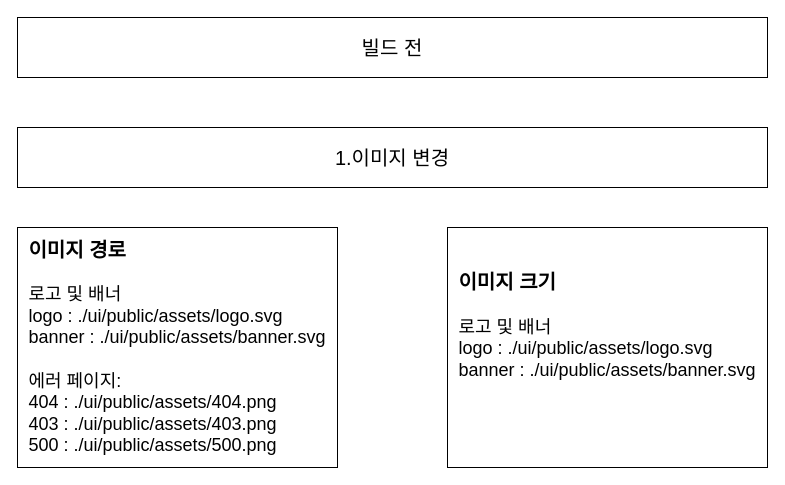
Before: primateUI-customize.drawio in stardom3645/wiki, a draw.io diagram. Source tidied: cells renumbered, new cells numbered last; positions are measured from the earlier drawing's top-left corner, leaving out a move shared by most shapes. Both pictures are drawn from the tidied source at 100%, with x=0, y=0 at pixel (17, 17).
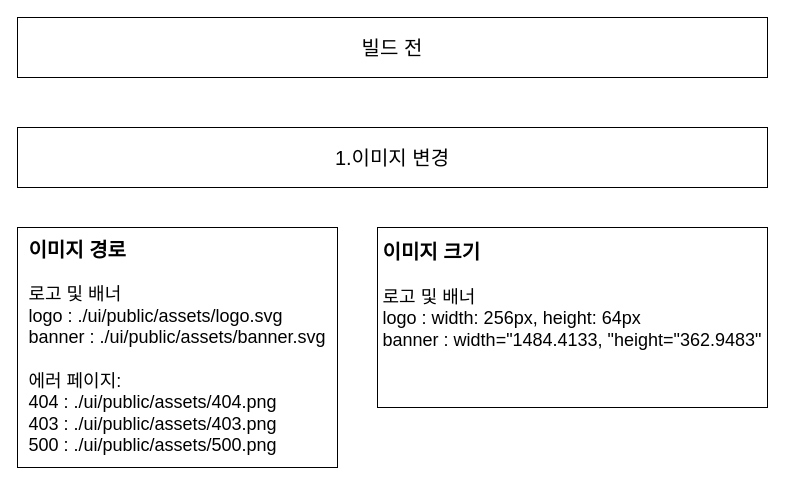
The same diagram, later.

Change to the diagram source:
```diff
@@
 <mxGraphModel background="#ffffff">
   <root>
     <mxCell id="0" />
     <mxCell id="1" parent="0" />
     <mxCell id="2" value="빌드 전" style="rounded=0;whiteSpace=wrap;html=1;fontSize=20;" parent="1" vertex="1">
       <mxGeometry width="750" height="60" as="geometry" />
     </mxCell>
     <mxCell id="3" value="1.이미지 변경" style="rounded=0;whiteSpace=wrap;html=1;fontSize=20;" parent="1" vertex="1">
       <mxGeometry y="110" width="750" height="60" as="geometry" />
     </mxCell>
     <mxCell id="4" value="&lt;div style=&quot;text-align: left&quot;&gt;&lt;div&gt;&lt;b&gt;&lt;font style=&quot;font-size: 20px&quot;&gt;이미지 경로&lt;/font&gt;&lt;/b&gt;&lt;/div&gt;&lt;div style=&quot;font-size: 18px&quot;&gt;&lt;br&gt;&lt;/div&gt;&lt;div style=&quot;font-size: 18px&quot;&gt;로고 및 배너&lt;/div&gt;&lt;div style=&quot;font-size: 18px&quot;&gt;logo : ./ui/public/assets/logo.svg&lt;/div&gt;&lt;div style=&quot;font-size: 18px&quot;&gt;banner : ./ui/public/assets/banner.svg&lt;/div&gt;&lt;div style=&quot;font-size: 18px&quot;&gt;&amp;nbsp;&amp;nbsp;&lt;/div&gt;&lt;div style=&quot;font-size: 18px&quot;&gt;에러 페이지:&lt;/div&gt;&lt;div style=&quot;font-size: 18px&quot;&gt;404 : ./ui/public/assets/404.png&lt;/div&gt;&lt;div style=&quot;font-size: 18px&quot;&gt;403 : ./ui/public/assets/403.png&lt;/div&gt;&lt;div style=&quot;font-size: 18px&quot;&gt;500 : ./ui/public/assets/500.png&lt;/div&gt;&lt;/div&gt;" style="rounded=0;whiteSpace=wrap;html=1;fontSize=18;" parent="1" vertex="1">
       <mxGeometry y="210" width="320" height="240" as="geometry" />
     </mxCell>
-    <mxCell id="5" value="&lt;div style=&quot;text-align: left&quot;&gt;&lt;div&gt;&lt;span style=&quot;font-size: 20px&quot;&gt;&lt;b&gt;이미지 크기&lt;/b&gt;&lt;/span&gt;&lt;/div&gt;&lt;div style=&quot;font-size: 18px&quot;&gt;&lt;br&gt;&lt;/div&gt;&lt;div style=&quot;font-size: 18px&quot;&gt;로고 및 배너&lt;/div&gt;&lt;div style=&quot;font-size: 18px&quot;&gt;logo : ./ui/public/assets/logo.svg&lt;/div&gt;&lt;div style=&quot;font-size: 18px&quot;&gt;banner : ./ui/public/assets/banner.svg&lt;/div&gt;&lt;div style=&quot;font-size: 18px&quot;&gt;&amp;nbsp;&amp;nbsp;&lt;/div&gt;&lt;div style=&quot;font-size: 18px&quot;&gt;&lt;br&gt;&lt;/div&gt;&lt;/div&gt;" style="rounded=0;whiteSpace=wrap;html=1;fontSize=18;" parent="1" vertex="1">
-      <mxGeometry x="430" y="210" width="320" height="240" as="geometry" />
+    <mxCell id="5" value="&lt;div style=&quot;text-align: left&quot;&gt;&lt;div&gt;&lt;span style=&quot;font-size: 20px&quot;&gt;&lt;b&gt;이미지 크기&lt;/b&gt;&lt;/span&gt;&lt;/div&gt;&lt;div style=&quot;font-size: 18px&quot;&gt;&lt;br&gt;&lt;/div&gt;&lt;div style=&quot;font-size: 18px&quot;&gt;로고 및 배너&lt;/div&gt;&lt;div style=&quot;font-size: 18px&quot;&gt;logo : width: 256px, height: 64px&lt;/div&gt;&lt;div style=&quot;font-size: 18px&quot;&gt;banner : width=&quot;1484.4133, &quot;height=&quot;362.9483&quot;&lt;/div&gt;&lt;div style=&quot;font-size: 18px&quot;&gt;&amp;nbsp;&amp;nbsp;&lt;/div&gt;&lt;div style=&quot;font-size: 18px&quot;&gt;&lt;br&gt;&lt;/div&gt;&lt;/div&gt;" style="rounded=0;whiteSpace=wrap;html=1;fontSize=18;" parent="1" vertex="1">
+      <mxGeometry x="360" y="210" width="390" height="180" as="geometry" />
     </mxCell>
   </root>
 </mxGraphModel>
```
